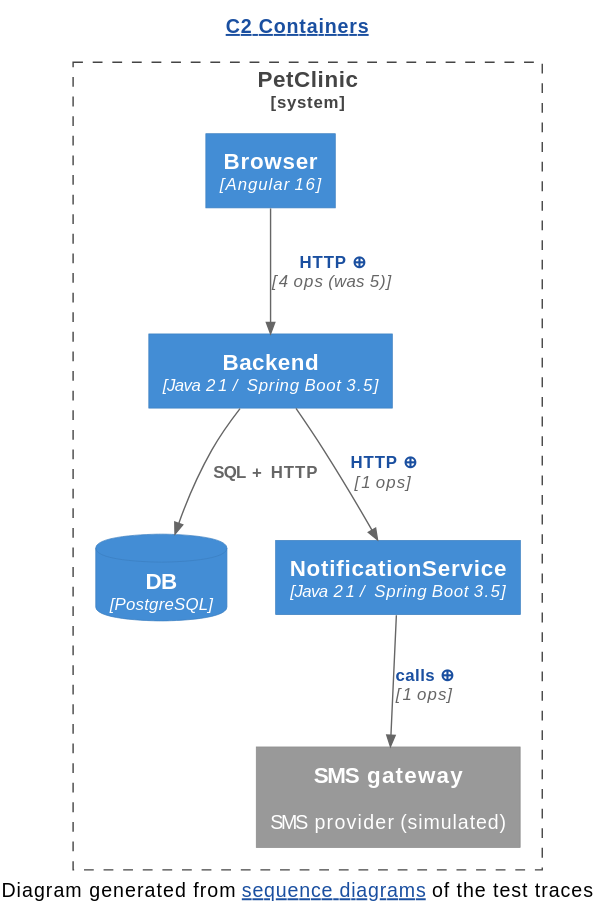
This is demo/demo2/assets/c2/C2-Containers.diff.svg from AgustinOliver98/human-review, a PlantUML export, as it was before one commit. The source it was exported from:
```plantuml
@startuml
!include <C4/C4_Container>
HIDE_STEREOTYPE()
skinparam hyperlinkUnderline false
skinparam hyperlinkColor #1A4FA0
title [[https://c4model.com/diagrams/container{What is a C2 diagram?} C2 Containers]]
System_Boundary(c2_system, "PetClinic") {
  Container(Backend, "Backend", "Java 21 / Spring Boot 3.5", "")
  Container(Browser, "Browser", "Angular 16", "")
  ContainerDb(DB, "DB", "PostgreSQL", "")
  Container(NotificationService, "NotificationService", "Java 21 / Spring Boot 3.5", "")
  System_Ext(SMS_gateway, "SMS gateway", "SMS provider (simulated)", "")
}
Rel(Backend, DB, "SQL + HTTP", "")
Rel(Backend, NotificationService, "[[genseq://c2-279a196c9d{Click for the calls behind this line} HTTP ⊕]]", "1 ops")
Rel(Browser, Backend, "[[genseq://c2-692c43cd1c{Click for the calls behind this line} HTTP ⊕]]", "4 ops (was 5)")
Rel(NotificationService, SMS_gateway, "[[genseq://c2-cb01a30b7a{Click for the calls behind this line} calls ⊕]]", "1 ops")
caption Diagram generated from [[#sequence{Open the Sequence tab} sequence diagrams]] of the test traces
@enduml
```
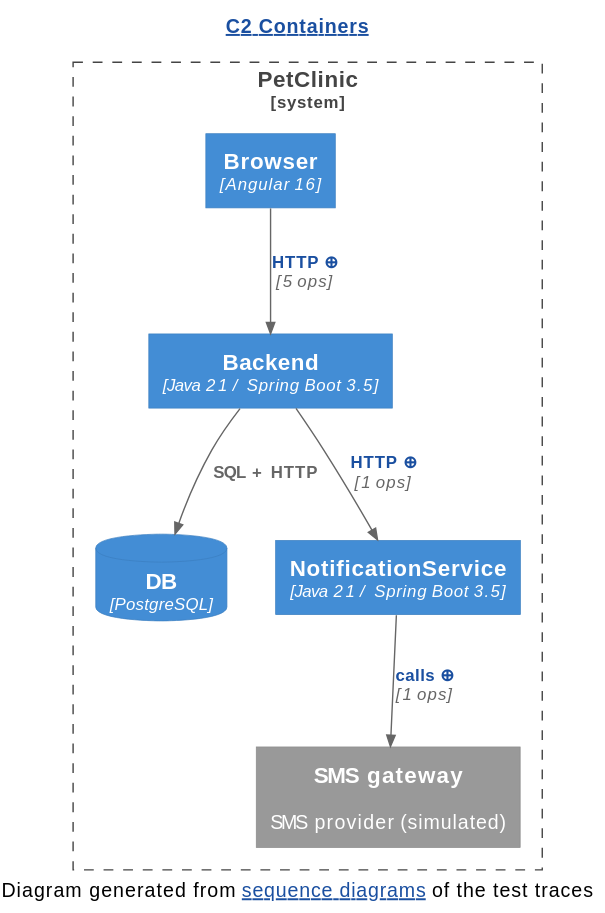
Later version of the same file.

The edit, as a diff of the source:
```diff
@@ -13,7 +13,7 @@
 }
 Rel(Backend, DB, "SQL + HTTP", "")
 Rel(Backend, NotificationService, "[[genseq://c2-279a196c9d{Click for the calls behind this line} HTTP ⊕]]", "1 ops")
-Rel(Browser, Backend, "[[genseq://c2-692c43cd1c{Click for the calls behind this line} HTTP ⊕]]", "4 ops (was 5)")
+Rel(Browser, Backend, "[[genseq://c2-e078f953b5{Click for the calls behind this line} HTTP ⊕]]", "5 ops")
 Rel(NotificationService, SMS_gateway, "[[genseq://c2-cb01a30b7a{Click for the calls behind this line} calls ⊕]]", "1 ops")
 caption Diagram generated from [[#sequence{Open the Sequence tab} sequence diagrams]] of the test traces
 @enduml
```
